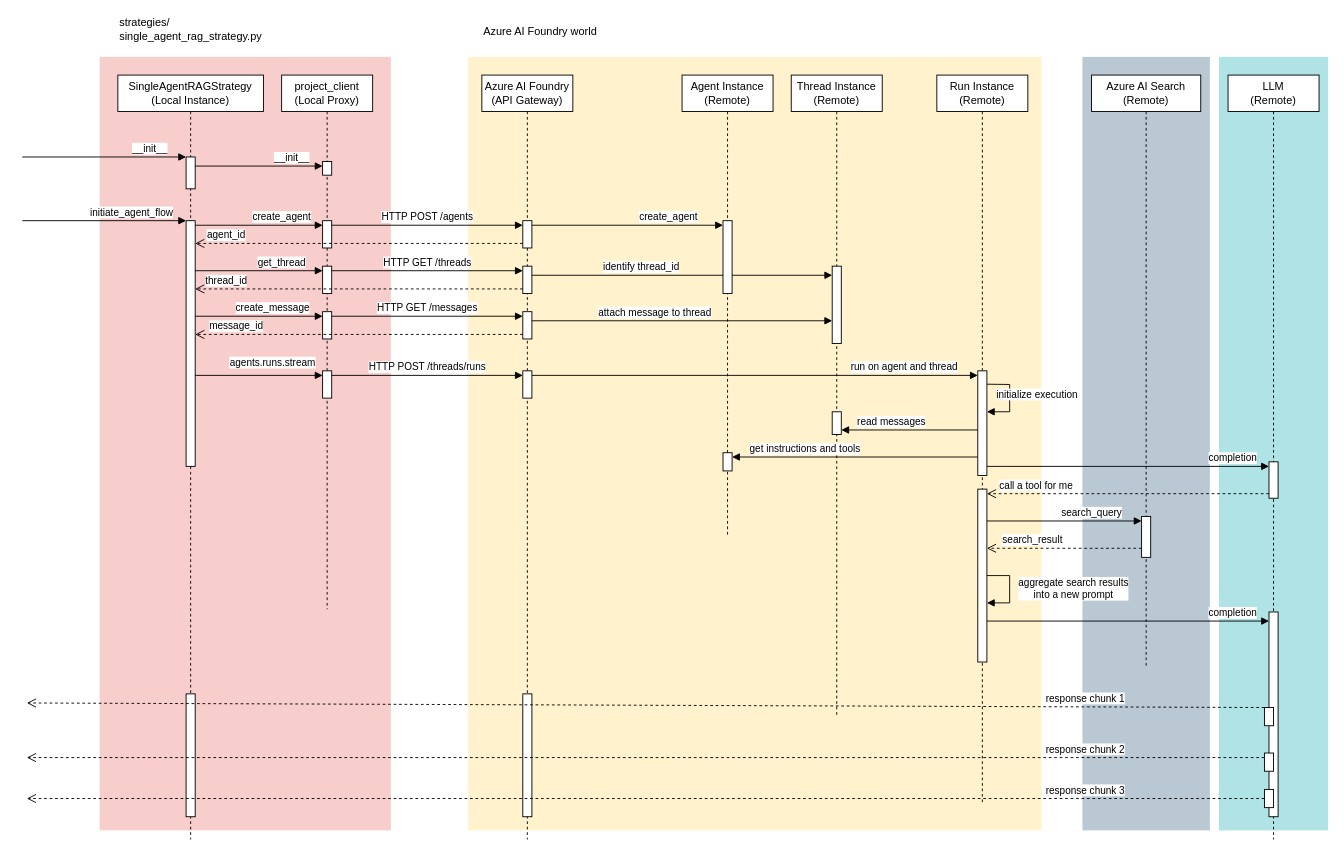
Azure/GPT-RAG keeps this draw.io diagram as docs/media/orchestrator_single_agent_strategy/orchestrator-single-agent-strategy.drawio. Above is the earlier version. Source tidied: cells renumbered, new cells numbered last; positions are measured from the earlier drawing's top-left corner, leaving out a move shared by most shapes. Both pictures are drawn from the tidied source at 91%, with x=0, y=0 at pixel (22, 15).
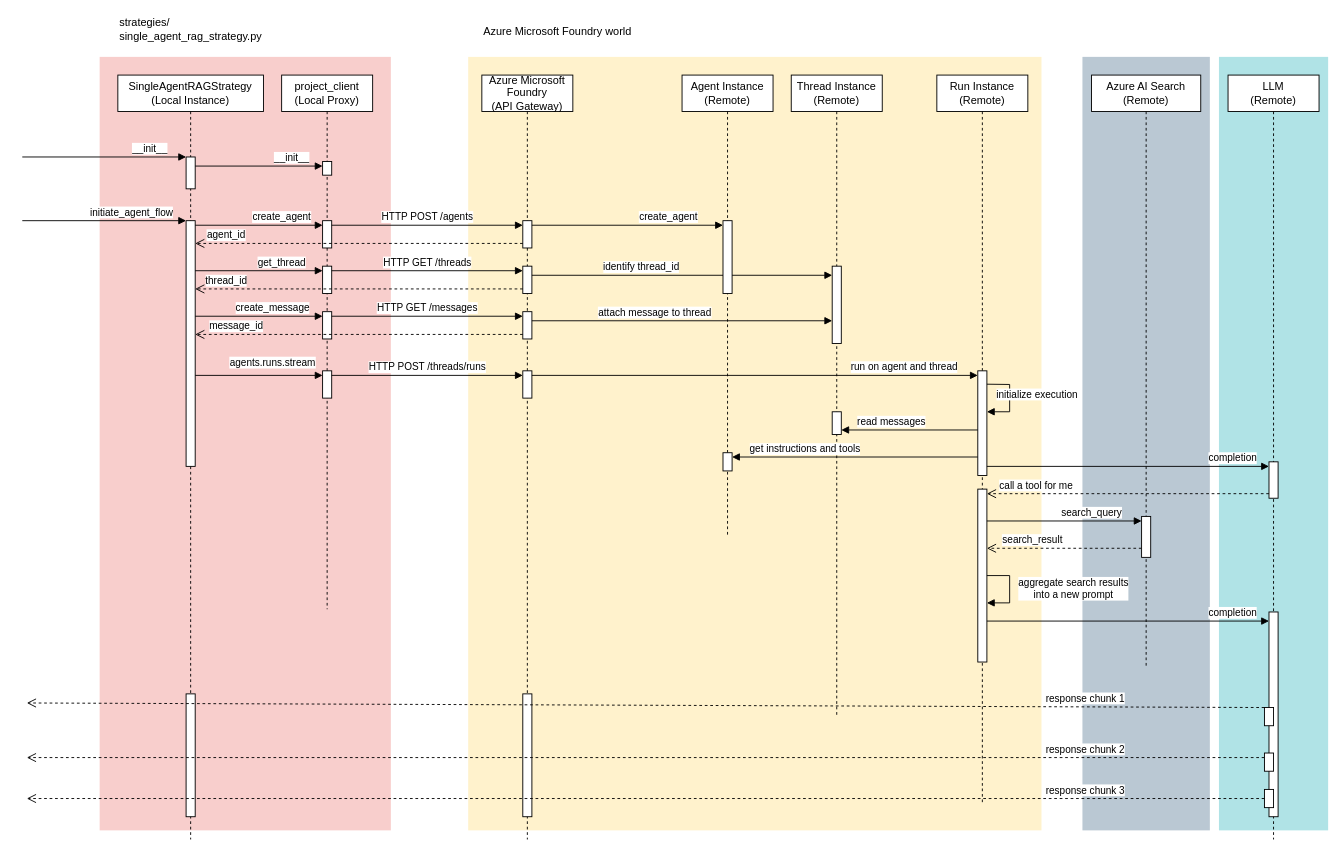
Above is the later version.

What changed in the source:
```diff
@@
-    <mxCell id="17" value="Azure AI Foundry&lt;div&gt;(API Gateway)&lt;/div&gt;" style="shape=umlLifeline;perimeter=lifelinePerimeter;whiteSpace=wrap;html=1;newEdgeStyle={&quot;curved&quot;:0,&quot;rounded&quot;:0};" parent="1" vertex="1">
+    <mxCell id="17" value="Azure Microsoft Foundry&lt;div&gt;(API Gateway)&lt;/div&gt;" style="shape=umlLifeline;perimeter=lifelinePerimeter;whiteSpace=wrap;html=1;newEdgeStyle={&quot;curved&quot;:0,&quot;rounded&quot;:0};" parent="1" vertex="1">
       <mxGeometry x="505" y="65" width="100" height="840" as="geometry" />
     </mxCell>
@@
-    <mxCell id="70" value="Azure AI Foundry world" style="text;html=1;align=left;verticalAlign=middle;whiteSpace=wrap;rounded=0;" parent="1" vertex="1">
+    <mxCell id="70" value="Azure Microsoft Foundry world" style="text;html=1;align=left;verticalAlign=middle;whiteSpace=wrap;rounded=0;" parent="1" vertex="1">
       <mxGeometry x="505" y="5" width="165" height="25" as="geometry" />
     </mxCell>
```
